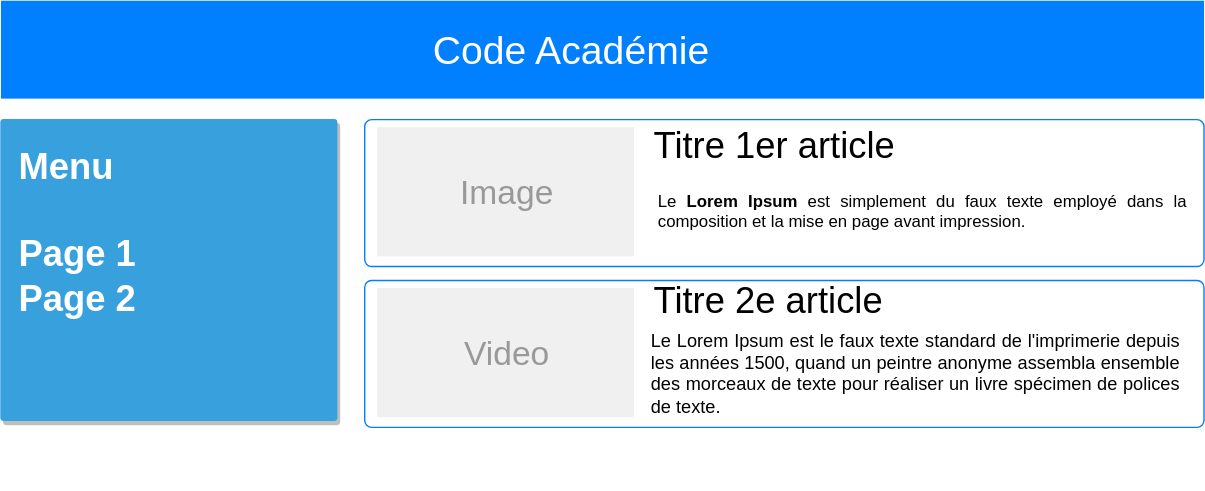
code-academie/website keeps this draw.io diagram as Exercice1.svg. Above is the earlier version. Source tidied: cells renumbered, new cells last; positions are measured from the earlier drawing's top-left corner, leaving out a move shared by most shapes.
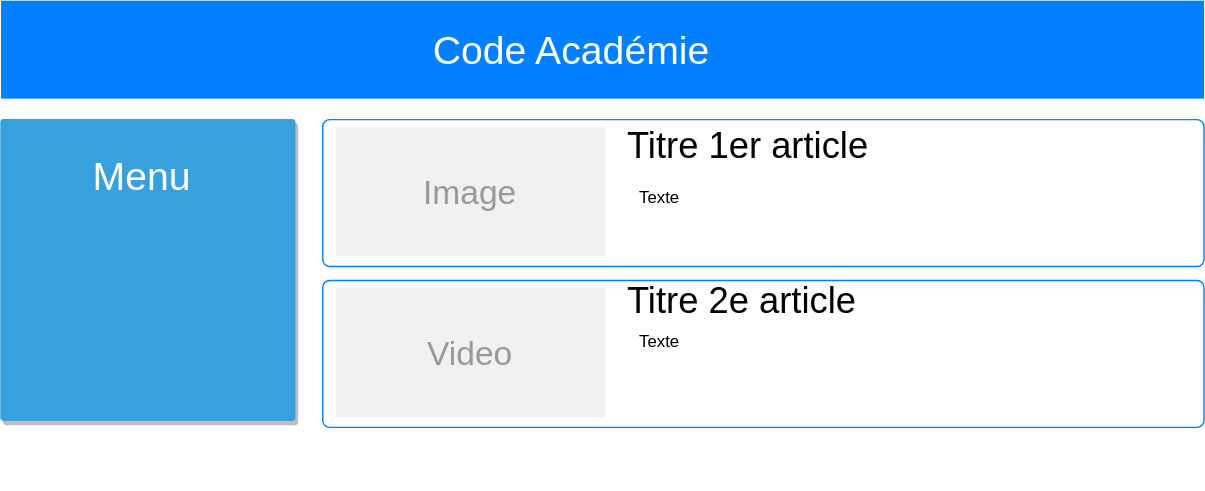
The same diagram one commit later.

Commit message:
Correction du texte

Change to the diagram source:
```diff
@@ -9,37 +9,37 @@
       <mxGeometry x="269.8" width="275.9" height="70" as="geometry" />
     </mxCell>
     <mxCell id="4" style="html=1;shadow=0;dashed=0;shape=mxgraph.bootstrap.rrect;fontSize=19;rSize=2;strokeColor=#37A0DD;fillColor=#37A0DD;align=left;verticalAlign=top;spacing=10;shadow=1;whiteSpace=wrap;rounded=0;fontStyle=1;fontColor=#FFFFFF;" parent="1" vertex="1">
-      <mxGeometry y="85" width="240" height="215" as="geometry" />
+      <mxGeometry y="85" width="210" height="215" as="geometry" />
     </mxCell>
     <mxCell id="5" style="html=1;shadow=0;dashed=0;shape=mxgraph.bootstrap.rrect;fillColor=#ffffff;rSize=5;strokeColor=#007FFF;rounded=0;fontSize=12;fontColor=#000000;align=center;" parent="1" vertex="1">
-      <mxGeometry x="260" y="85" width="600" height="105" as="geometry" />
+      <mxGeometry x="230" y="85" width="630" height="105" as="geometry" />
     </mxCell>
     <mxCell id="6" value="Image" style="shape=rect;fontSize=24;fillColor=#f0f0f0;strokeColor=none;fontColor=#999999;whiteSpace=wrap;" parent="5" vertex="1">
-      <mxGeometry x="8.9" y="5.4" width="183.7" height="92.4" as="geometry" />
+      <mxGeometry x="9.3" y="5.4" width="192.9" height="92.4" as="geometry" />
     </mxCell>
     <mxCell id="7" value="Titre 1er article" style="html=1;shadow=0;dashed=0;shape=mxgraph.bootstrap.anchor;fontSize=26;align=left;whiteSpace=wrap;" parent="5" vertex="1">
-      <mxGeometry x="204.4" y="12.8" width="340.7" height="10.6" as="geometry" />
+      <mxGeometry x="214.7" y="12.8" width="357.8" height="10.6" as="geometry" />
     </mxCell>
-    <mxCell id="8" value="&lt;div style=&quot;text-align: justify&quot;&gt;&lt;span style=&quot;color: rgb(0 , 0 , 0)&quot;&gt;Le&amp;nbsp;&lt;/span&gt;&lt;strong style=&quot;color: rgb(0 , 0 , 0)&quot;&gt;Lorem Ipsum&amp;nbsp;&lt;/strong&gt;&lt;span style=&quot;color: rgb(0 , 0 , 0)&quot;&gt;est simplement du faux texte employé dans la composition et la mise en page avant impression.&lt;/span&gt;&lt;/div&gt;" style="text;html=1;strokeColor=none;fillColor=none;align=center;verticalAlign=middle;whiteSpace=wrap;labelBackgroundColor=#FFFFFF;fontSize=12;fontColor=#FFFFFF;" parent="5" vertex="1">
-      <mxGeometry x="209" y="40" width="380" height="50" as="geometry" />
-    </mxCell>
+    <mxCell id="15" value="&lt;font color=&quot;#000000&quot;&gt;Texte&lt;/font&gt;" style="text;html=1;strokeColor=none;fillColor=none;align=center;verticalAlign=middle;whiteSpace=wrap;labelBackgroundColor=#FFFFFF;fontSize=12;fontColor=#FFFFFF;" parent="5" vertex="1">
+      <mxGeometry x="220" y="45" width="40" height="20" as="geometry" />
+    </mxCell>
     <mxCell id="9" style="html=1;shadow=0;dashed=0;shape=mxgraph.bootstrap.rrect;fillColor=#ffffff;rSize=5;strokeColor=#007FFF;rounded=0;fontSize=12;fontColor=#000000;align=center;" parent="1" vertex="1">
-      <mxGeometry x="260" y="200" width="600" height="105" as="geometry" />
+      <mxGeometry x="230" y="200" width="630" height="105" as="geometry" />
     </mxCell>
     <mxCell id="10" value="Video" style="shape=rect;fontSize=24;fillColor=#f0f0f0;strokeColor=none;fontColor=#999999;whiteSpace=wrap;" parent="9" vertex="1">
-      <mxGeometry x="8.9" y="5.4" width="183.7" height="92.4" as="geometry" />
+      <mxGeometry x="9.3" y="5.4" width="192.9" height="92.4" as="geometry" />
     </mxCell>
     <mxCell id="11" value="Titre 2e article" style="html=1;shadow=0;dashed=0;shape=mxgraph.bootstrap.anchor;fontSize=26;align=left;whiteSpace=wrap;" parent="9" vertex="1">
-      <mxGeometry x="204.4" y="8.8" width="340.7" height="10.6" as="geometry" />
+      <mxGeometry x="214.7" y="8.8" width="357.8" height="10.6" as="geometry" />
     </mxCell>
-    <mxCell id="12" value="&lt;div style=&quot;text-align: justify&quot;&gt;&lt;span style=&quot;color: rgb(0 , 0 , 0)&quot;&gt;Le Lorem Ipsum est le faux texte standard de l'imprimerie depuis les années 1500, quand un peintre anonyme assembla ensemble des morceaux de texte pour réaliser un livre spécimen de polices de texte.&lt;/span&gt;&lt;/div&gt;" style="text;html=1;strokeColor=none;fillColor=none;align=center;verticalAlign=middle;whiteSpace=wrap;labelBackgroundColor=#FFFFFF;fontSize=13;fontColor=#FFFFFF;" parent="9" vertex="1">
-      <mxGeometry x="204" y="30" width="380" height="70" as="geometry" />
-    </mxCell>
-    <mxCell id="13" value="Menu&lt;div&gt;&lt;br&gt;&lt;/div&gt;&lt;div&gt;Page 1&lt;/div&gt;&lt;div&gt;Page 2&lt;/div&gt;" style="html=1;shadow=0;dashed=0;shape=mxgraph.bootstrap.anchor;fontSize=26;align=left;whiteSpace=wrap;fontColor=#FFFFFF;fontStyle=1;" parent="1" vertex="1">
-      <mxGeometry x="10" y="100" width="341" height="130" as="geometry" />
-    </mxCell>
+    <mxCell id="16" value="&lt;font color=&quot;#000000&quot;&gt;Texte&lt;/font&gt;" style="text;html=1;strokeColor=none;fillColor=none;align=center;verticalAlign=middle;whiteSpace=wrap;labelBackgroundColor=#FFFFFF;fontSize=12;fontColor=#FFFFFF;" parent="9" vertex="1">
+      <mxGeometry x="220" y="33" width="40" height="20" as="geometry" />
+    </mxCell>
     <mxCell id="14" value="Text" style="text;html=1;strokeColor=none;fillColor=none;align=center;verticalAlign=middle;whiteSpace=wrap;labelBackgroundColor=#FFFFFF;fontSize=19;fontColor=#FFFFFF;" parent="1" vertex="1">
       <mxGeometry y="330" width="40" height="20" as="geometry" />
     </mxCell>
+    <mxCell id="17" value="Menu" style="html=1;shadow=0;dashed=0;fillColor=none;strokeColor=none;shape=mxgraph.bootstrap.rect;fontColor=#FFFFFF;whiteSpace=wrap;fontSize=28;" parent="1" vertex="1">
+      <mxGeometry x="10" y="100" width="180" height="50" as="geometry" />
+    </mxCell>
   </root>
 </mxGraphModel>
```
